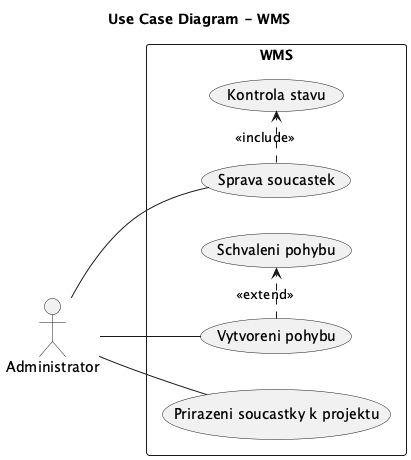
lkvapil/wms-elektronicke-soucastky keeps this PlantUML diagram as docs/images/11_use_case.png. Above is the earlier version.
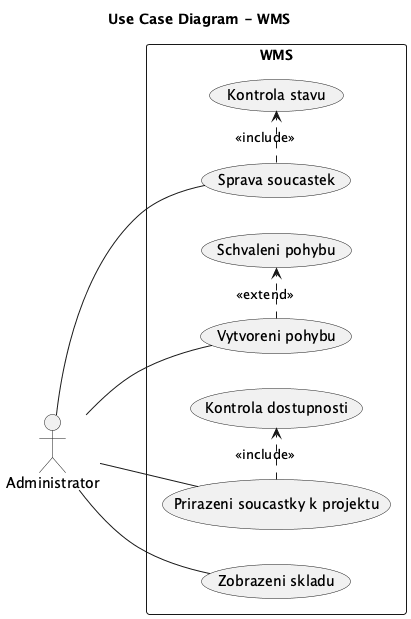
After the commit.

Commit message:
feat: plne diagramy – metody, stavy s aktivitami, use case

What changed in the source:
```diff
@@ -9,9 +9,11 @@
   Administrator -- (Sprava soucastek)
   Administrator -- (Vytvoreni pohybu)
   Administrator -- (Prirazeni soucastky k projektu)
+  Administrator -- (Zobrazeni skladu)
 
   (Sprava soucastek) .> (Kontrola stavu) : <<include>>
   (Vytvoreni pohybu) .> (Schvaleni pohybu) : <<extend>>
+  (Prirazeni soucastky k projektu) .> (Kontrola dostupnosti) : <<include>>
 
 }
 
```
